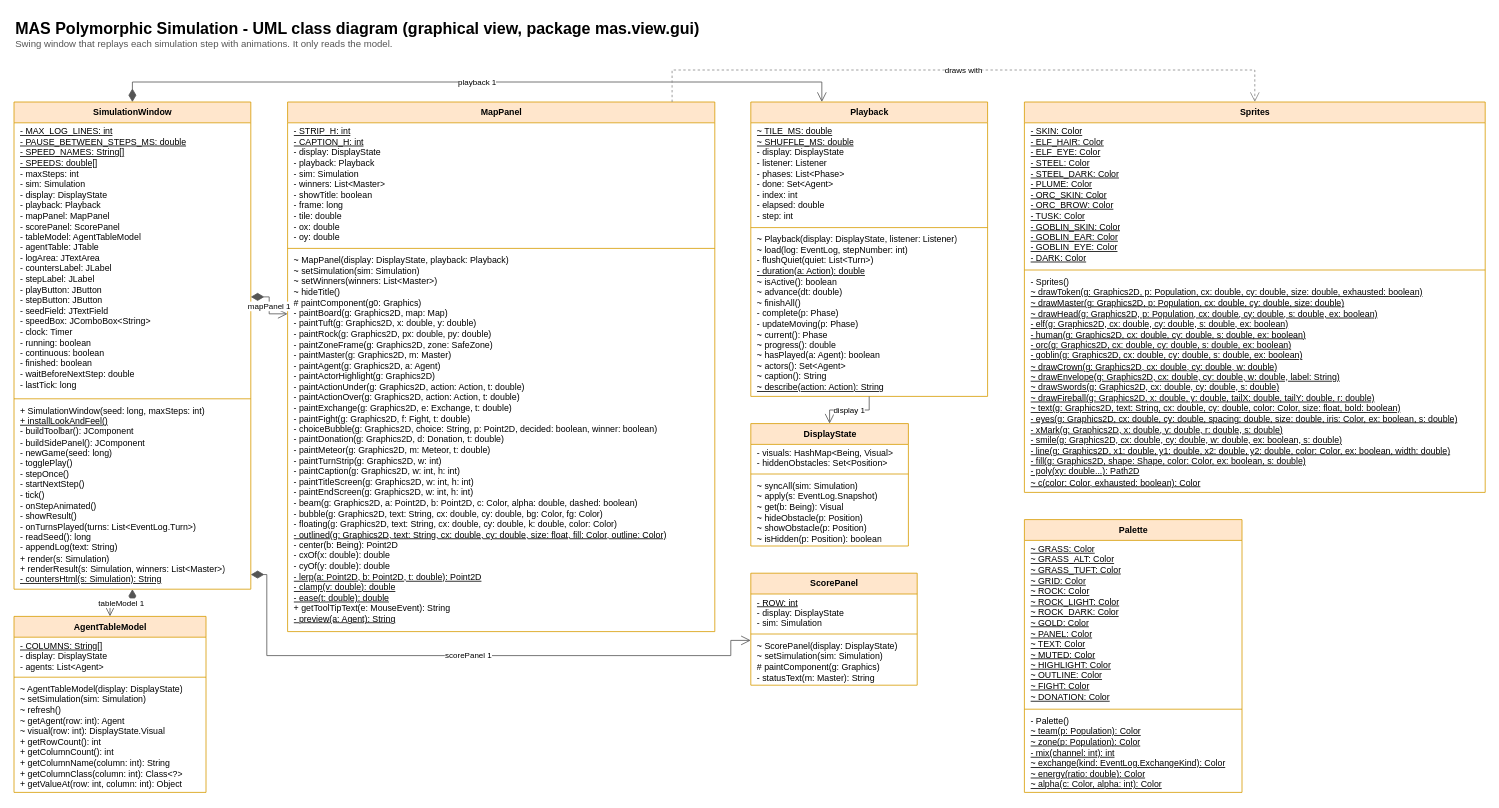
This is page "Class diagram - graphical view" (2 of 2) of docs/uml/class-diagram.drawio from ALpatson/mas-polymorphic-simulation, a draw.io file, before an edit. Source tidied: cells renumbered, new cells numbered last; positions are measured from the earlier drawing's top-left corner, leaving out a move shared by most shapes. Both pictures are drawn from the tidied source at 80%, with x=0, y=0 at pixel (14, 14).
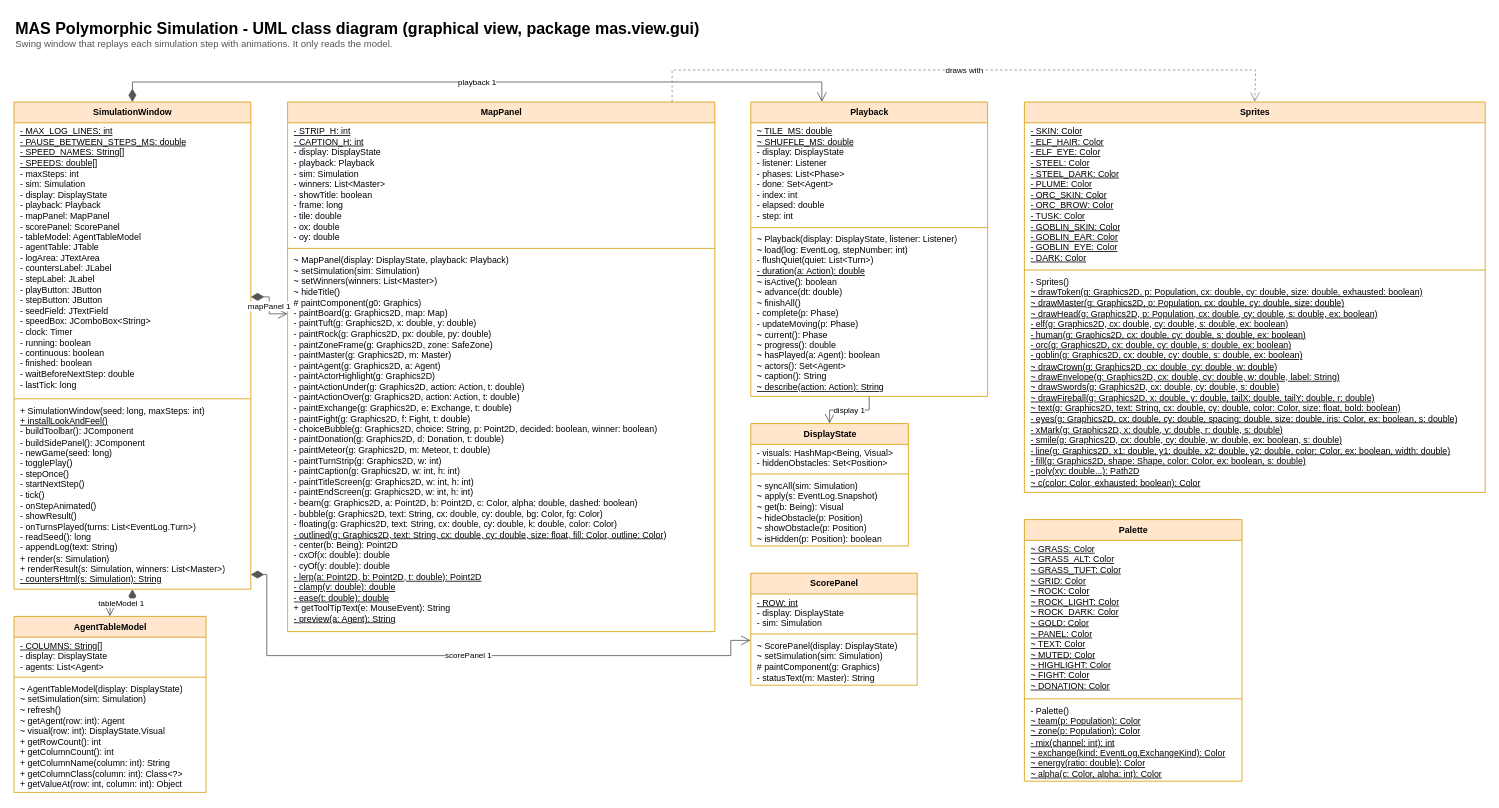
Above is the later version.

Unchanged cells that the change refers to:
```xml
<mxCell id="11" value="&lt;b&gt;MapPanel&lt;/b&gt;" style="swimlane;fontStyle=0;align=center;verticalAlign=top;horizontal=1;startSize=26;html=1;fontSize=11;fillColor=#FFE6CC;strokeColor=#D79B00;swimlaneFillColor=#FFFFFF;" parent="1" vertex="1">
  <mxGeometry x="342" y="110" width="534" height="662" as="geometry" />
</mxCell>
<mxCell id="27" value="&lt;b&gt;Sprites&lt;/b&gt;" style="swimlane;fontStyle=0;align=center;verticalAlign=top;horizontal=1;startSize=26;html=1;fontSize=11;fillColor=#FFE6CC;strokeColor=#D79B00;swimlaneFillColor=#FFFFFF;" parent="1" vertex="1">
  <mxGeometry x="1263" y="110" width="576" height="488" as="geometry" />
</mxCell>
```

What changed in the source:
```diff
@@
     <mxCell id="31" value="&lt;b&gt;Palette&lt;/b&gt;" style="swimlane;fontStyle=0;align=center;verticalAlign=top;horizontal=1;startSize=26;html=1;fontSize=11;fillColor=#FFE6CC;strokeColor=#D79B00;swimlaneFillColor=#FFFFFF;" parent="1" vertex="1">
-      <mxGeometry x="1263" y="632" width="272" height="341" as="geometry" />
+      <mxGeometry x="1263" y="632" width="272" height="327" as="geometry" />
     </mxCell>
-    <mxCell id="32" value="&lt;u&gt;~ GRASS: Color&lt;/u&gt;&lt;br&gt;&lt;u&gt;~ GRASS_ALT: Color&lt;/u&gt;&lt;br&gt;&lt;u&gt;~ GRASS_TUFT: Color&lt;/u&gt;&lt;br&gt;&lt;u&gt;~ GRID: Color&lt;/u&gt;&lt;br&gt;&lt;u&gt;~ ROCK: Color&lt;/u&gt;&lt;br&gt;&lt;u&gt;~ ROCK_LIGHT: Color&lt;/u&gt;&lt;br&gt;&lt;u&gt;~ ROCK_DARK: Color&lt;/u&gt;&lt;br&gt;&lt;u&gt;~ GOLD: Color&lt;/u&gt;&lt;br&gt;&lt;u&gt;~ PANEL: Color&lt;/u&gt;&lt;br&gt;&lt;u&gt;~ TEXT: Color&lt;/u&gt;&lt;br&gt;&lt;u&gt;~ MUTED: Color&lt;/u&gt;&lt;br&gt;&lt;u&gt;~ HIGHLIGHT: Color&lt;/u&gt;&lt;br&gt;&lt;u&gt;~ OUTLINE: Color&lt;/u&gt;&lt;br&gt;&lt;u&gt;~ FIGHT: Color&lt;/u&gt;&lt;br&gt;&lt;u&gt;~ DONATION: Color&lt;/u&gt;" style="text;strokeColor=none;fillColor=none;align=left;verticalAlign=top;spacingLeft=6;spacingRight=4;overflow=hidden;html=1;fontSize=11;spacingTop=-2;" parent="31" vertex="1">
-      <mxGeometry y="26" width="272" height="207" as="geometry" />
+    <mxCell id="32" value="&lt;u&gt;~ GRASS: Color&lt;/u&gt;&lt;br&gt;&lt;u&gt;~ GRASS_ALT: Color&lt;/u&gt;&lt;br&gt;&lt;u&gt;~ GRASS_TUFT: Color&lt;/u&gt;&lt;br&gt;&lt;u&gt;~ GRID: Color&lt;/u&gt;&lt;br&gt;&lt;u&gt;~ ROCK: Color&lt;/u&gt;&lt;br&gt;&lt;u&gt;~ ROCK_LIGHT: Color&lt;/u&gt;&lt;br&gt;&lt;u&gt;~ ROCK_DARK: Color&lt;/u&gt;&lt;br&gt;&lt;u&gt;~ GOLD: Color&lt;/u&gt;&lt;br&gt;&lt;u&gt;~ PANEL: Color&lt;/u&gt;&lt;br&gt;&lt;u&gt;~ TEXT: Color&lt;/u&gt;&lt;br&gt;&lt;u&gt;~ MUTED: Color&lt;/u&gt;&lt;br&gt;&lt;u&gt;~ HIGHLIGHT: Color&lt;/u&gt;&lt;br&gt;&lt;u&gt;~ FIGHT: Color&lt;/u&gt;&lt;br&gt;&lt;u&gt;~ DONATION: Color&lt;/u&gt;" style="text;strokeColor=none;fillColor=none;align=left;verticalAlign=top;spacingLeft=6;spacingRight=4;overflow=hidden;html=1;fontSize=11;spacingTop=-2;" parent="31" vertex="1">
+      <mxGeometry y="26" width="272" height="194" as="geometry" />
     </mxCell>
     <mxCell id="33" style="line;strokeWidth=1;fillColor=none;align=left;verticalAlign=middle;spacingTop=-1;spacingLeft=3;spacingRight=3;labelPosition=right;strokeColor=#D79B00;" parent="31" vertex="1">
-      <mxGeometry y="233" width="272" height="8" as="geometry" />
+      <mxGeometry y="220" width="272" height="8" as="geometry" />
     </mxCell>
     <mxCell id="34" value="- Palette()&lt;br&gt;&lt;u&gt;~ team(p: Population): Color&lt;/u&gt;&lt;br&gt;&lt;u&gt;~ zone(p: Population): Color&lt;/u&gt;&lt;br&gt;&lt;u&gt;- mix(channel: int): int&lt;/u&gt;&lt;br&gt;&lt;u&gt;~ exchange(kind: EventLog.ExchangeKind): Color&lt;/u&gt;&lt;br&gt;&lt;u&gt;~ energy(ratio: double): Color&lt;/u&gt;&lt;br&gt;&lt;u&gt;~ alpha(c: Color, alpha: int): Color&lt;/u&gt;" style="text;strokeColor=none;fillColor=none;align=left;verticalAlign=top;spacingLeft=6;spacingRight=4;overflow=hidden;html=1;fontSize=11;spacingTop=-2;" parent="31" vertex="1">
-      <mxGeometry y="241" width="272" height="100" as="geometry" />
+      <mxGeometry y="228" width="272" height="100" as="geometry" />
     </mxCell>
@@
     <mxCell id="40" value="draws with" style="endArrow=open;endSize=10;dashed=1;html=1;edgeStyle=orthogonalEdgeStyle;rounded=0;strokeColor=#888888;fontSize=10;labelBackgroundColor=#FFFFFF;exitX=0.9;exitY=0;entryX=0.5;entryY=0;" parent="1" edge="1" source="11" target="27">
       <mxGeometry relative="1" as="geometry">
         <Array as="points">
           <mxPoint x="822" y="70" />
-          <mxPoint x="1551" y="70" />
+          <mxPoint x="1552" y="70" />
         </Array>
       </mxGeometry>
     </mxCell>
```
